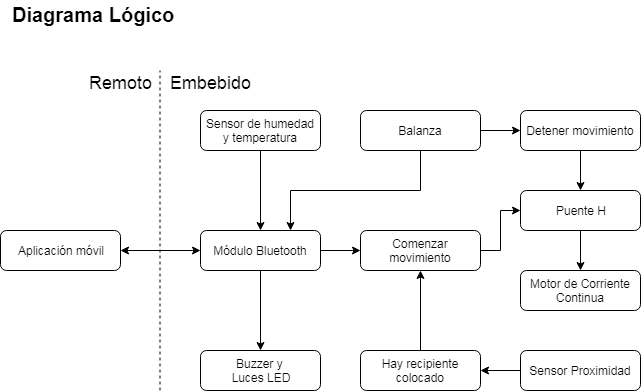
Above: Sistema-Embebido/Diagramas/Lógico.png in ada-lovelace-progra/AsistenteDeCocina (draw.io), before the change. Source tidied: cells renumbered, new cells last; positions are measured from the earlier drawing's top-left corner, leaving out a move shared by most shapes.
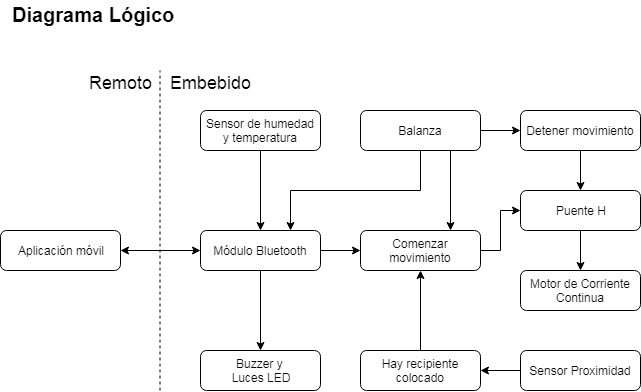
After the commit.

Diff of the diagram source:
```diff
@@ -47,6 +47,9 @@
     <mxCell id="15" style="edgeStyle=orthogonalEdgeStyle;rounded=0;jettySize=auto;html=1;exitX=0.5;exitY=1;exitDx=0;exitDy=0;entryX=0.75;entryY=0;entryDx=0;entryDy=0;startArrow=none;startFill=0;" parent="1" edge="1" source="16" target="10">
       <mxGeometry relative="1" as="geometry" />
     </mxCell>
+    <mxCell id="28" style="edgeStyle=orthogonalEdgeStyle;rounded=0;jettySize=auto;html=1;exitX=0.75;exitY=1;exitDx=0;exitDy=0;entryX=0.75;entryY=0;entryDx=0;entryDy=0;" parent="1" edge="1" source="16" target="20">
+      <mxGeometry relative="1" as="geometry" />
+    </mxCell>
     <mxCell id="16" value="Balanza" style="rounded=1;whiteSpace=wrap;html=1;" parent="1" vertex="1">
       <mxGeometry x="360" y="110" width="120" height="40" as="geometry" />
     </mxCell>
```
